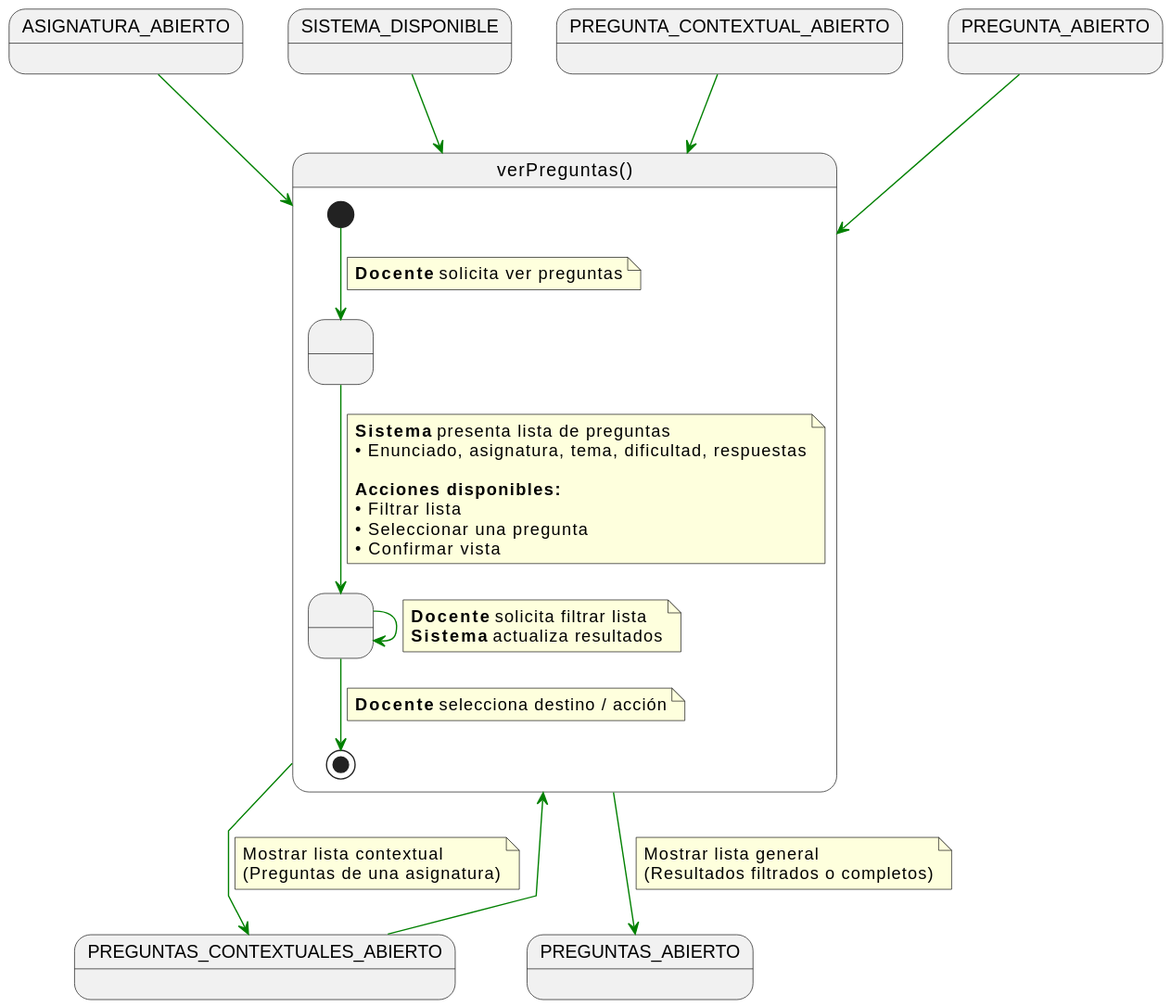
Earlier version of the PlantUML export documents/casos-de-uso/detalladoCasosDeUso/verPreguntas/verPreguntas.svg (martinlopez7/25-26-IdSw1-SdR).
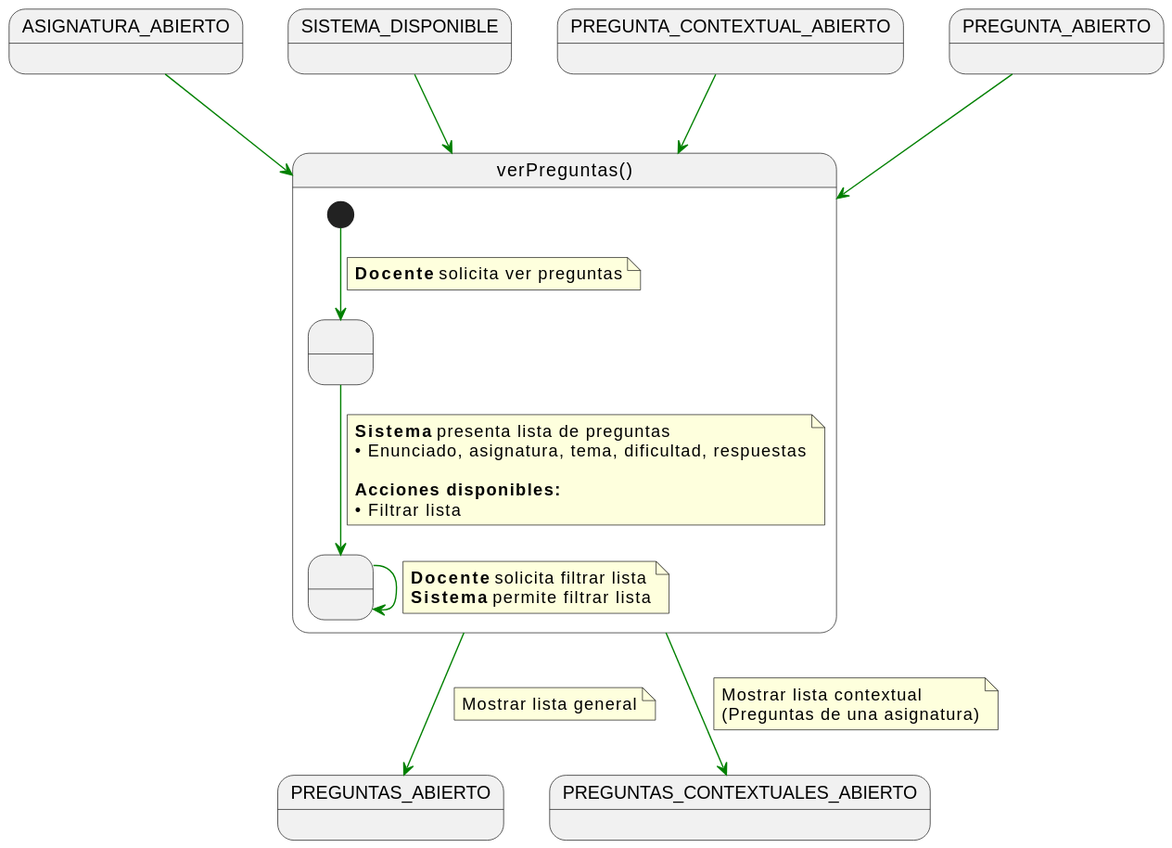
After the change.

The edit, as a diff of the source:
```diff
@@ -12,7 +12,6 @@
 SISTEMA_DISPONIBLE -[#green]-> verPreguntas
 PREGUNTA_CONTEXTUAL_ABIERTO -[#green]-> verPreguntas
 PREGUNTA_ABIERTO -[#green]-> verPreguntas
-PREGUNTAS_CONTEXTUALES_ABIERTO -[#green]-> verPreguntas
 
 state verPreguntas as "verPreguntas()" {
 
@@ -31,29 +30,19 @@
 
     <b>Acciones disponibles:</b>
     • Filtrar lista
-    • Seleccionar una pregunta
-    • Confirmar vista
     end note
 
     FiltrandoPreguntas -[#green]-> FiltrandoPreguntas
     note on link
     <b>Docente</b> solicita filtrar lista
-    <b>Sistema</b> actualiza resultados
+    <b>Sistema</b> permite filtrar lista
     end note
 
-    FiltrandoPreguntas -[#green]-> [*]
-    note on link
-    <b>Docente</b> selecciona destino / acción
-    end note
 }
-
-
-
 
 verPreguntas -[#green]-> PREGUNTAS_ABIERTO
 note on link
 Mostrar lista general
-(Resultados filtrados o completos)
 end note
 
 verPreguntas -[#green]-> PREGUNTAS_CONTEXTUALES_ABIERTO
```
